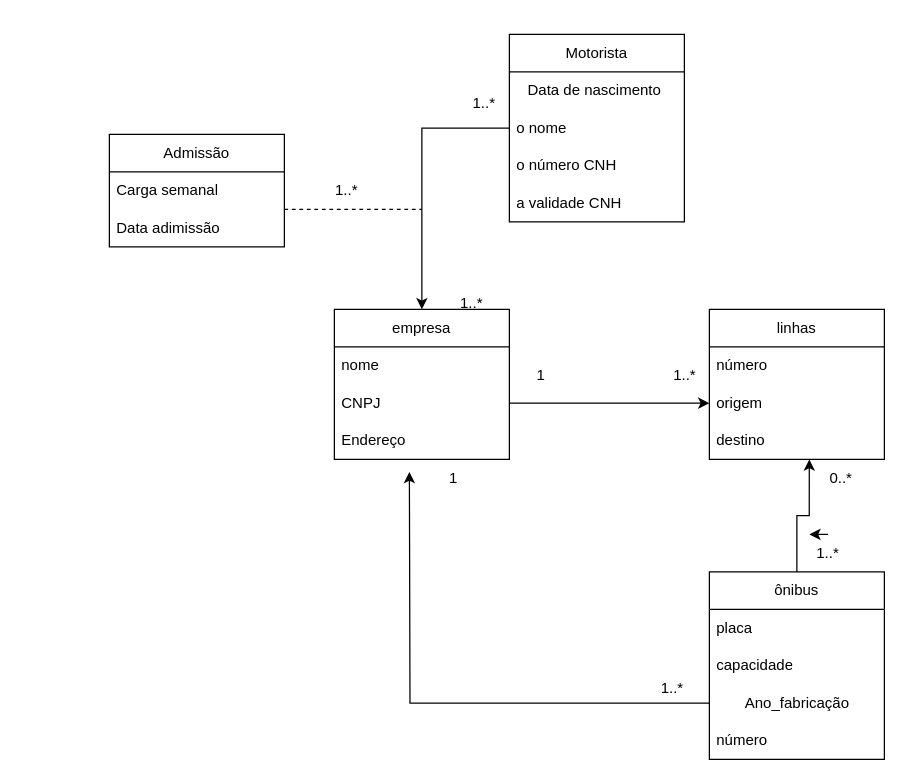
Above: page "Página-2" (2 of 4) of porva pt 2.drawio in livramos/Modelagem-de-Dados- (draw.io), before the change. Source tidied: cells renumbered, new cells numbered last; positions are measured from the earlier drawing's top-left corner, leaving out a move shared by most shapes. Both pictures are drawn from the tidied source at 125%, with x=0, y=0 at pixel (109, 34).
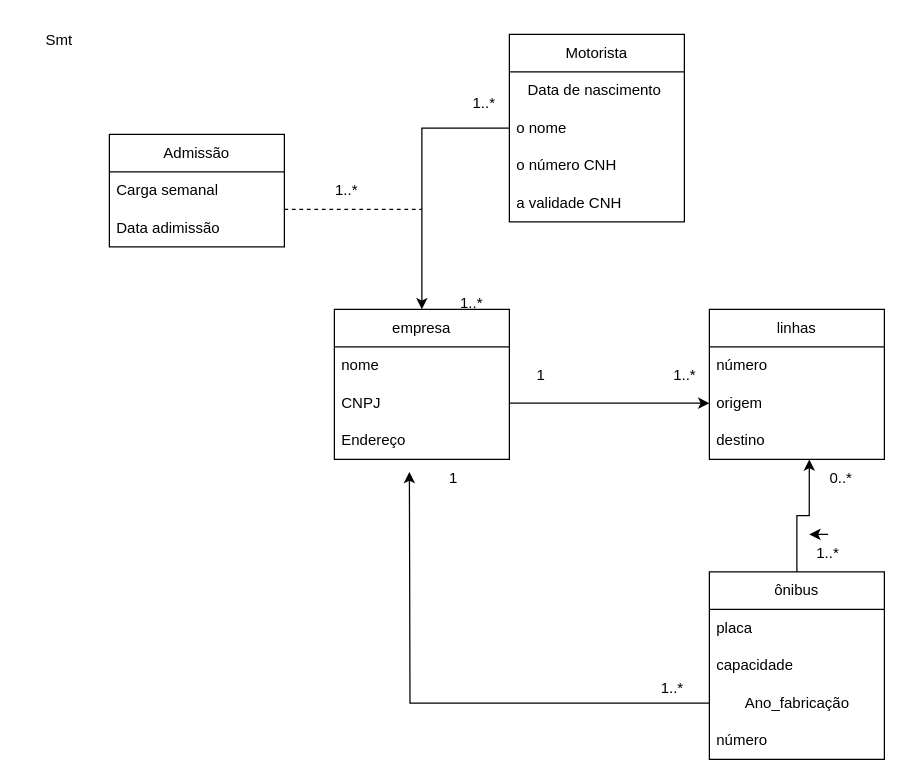
After the change.

Diff of the diagram source:
```diff
@@
+    <mxCell id="38" value="Smt" style="text;strokeColor=none;align=center;fillColor=none;html=1;verticalAlign=middle;whiteSpace=wrap;rounded=0;" parent="1" vertex="1">
+      <mxGeometry x="-70" y="-10" width="60" height="30" as="geometry" />
+    </mxCell>
```
